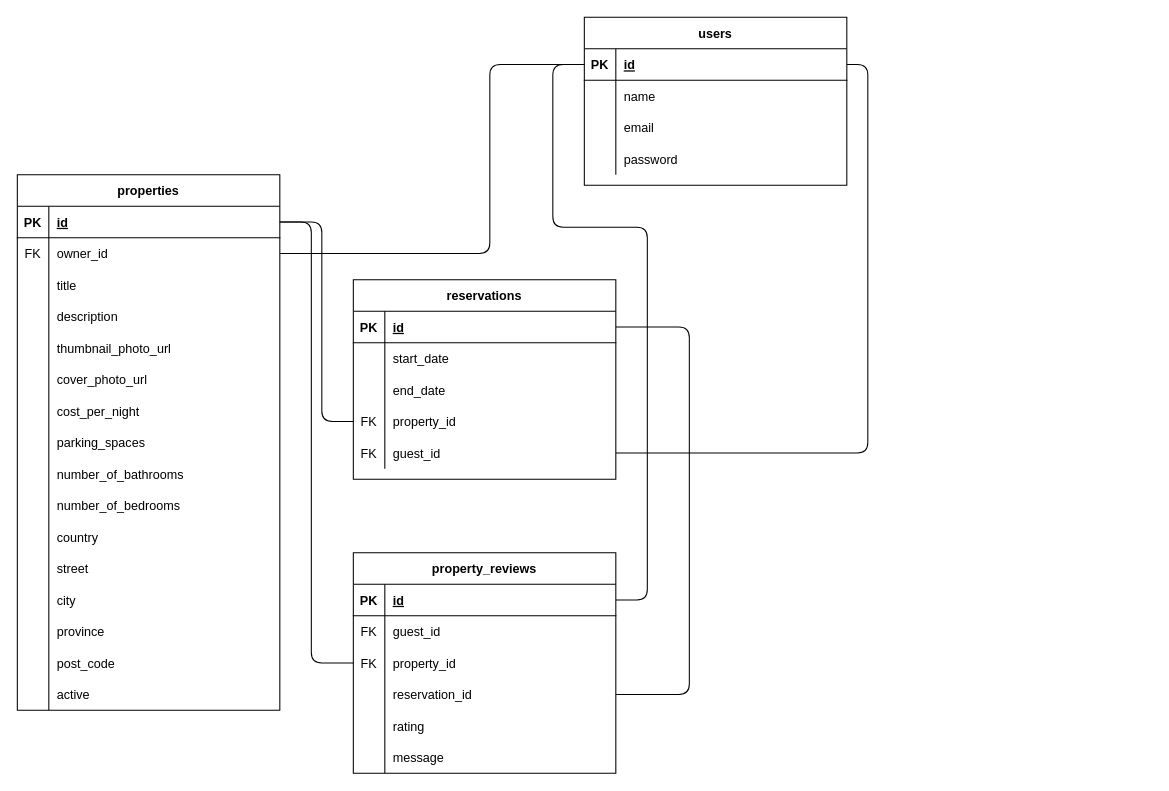
Earlier version of the draw.io diagram BnB_ERD.drawio (rbbenett/LightBnB). Source tidied: cells renumbered, new cells numbered last; positions are measured from the earlier drawing's top-left corner, leaving out a move shared by most shapes. Both pictures are drawn from the tidied source at 105%, with x=0, y=0 at pixel (17, 17).
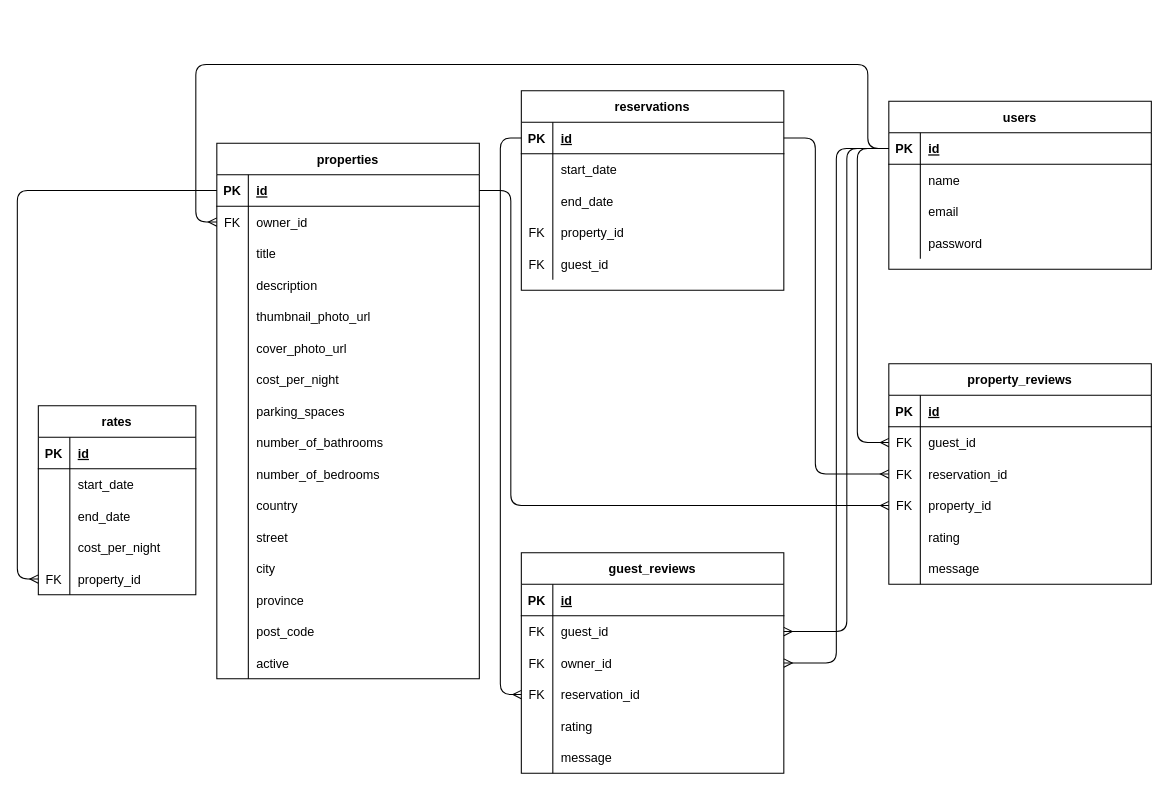
The same page after the edit.

Commit message (it also covers changes not shown here):
Add rate and guest_reviews table

The change refers to these unchanged cells:
```xml
<mxCell id="3" style="shape=partialRectangle;fillColor=none;points=[[0,0.5],[1,0.5]];portConstraint=eastwest;top=0;left=0;right=0;bottom=1;" parent="2" vertex="1">
  <mxGeometry y="30" width="250" height="30" as="geometry" />
</mxCell>
<mxCell id="6" style="shape=partialRectangle;fillColor=none;points=[[0,0.5],[1,0.5]];portConstraint=eastwest;top=0;left=0;right=0;bottom=0;" parent="2" vertex="1">
  <mxGeometry y="60" width="250" height="30" as="geometry" />
</mxCell>
<mxCell id="52" style="shape=partialRectangle;fillColor=none;points=[[0,0.5],[1,0.5]];portConstraint=eastwest;top=0;left=0;right=0;bottom=1;" parent="51" vertex="1">
  <mxGeometry y="30" width="250" height="30" as="geometry" />
</mxCell>
<mxCell id="61" style="shape=partialRectangle;fillColor=none;points=[[0,0.5],[1,0.5]];portConstraint=eastwest;top=0;left=0;right=0;bottom=0;" parent="51" vertex="1">
  <mxGeometry y="120" width="250" height="30" as="geometry" />
</mxCell>
<mxCell id="64" style="shape=partialRectangle;fillColor=none;points=[[0,0.5],[1,0.5]];portConstraint=eastwest;top=0;left=0;right=0;bottom=0;" parent="51" vertex="1">
  <mxGeometry y="150" width="250" height="30" as="geometry" />
</mxCell>
<mxCell id="68" style="shape=partialRectangle;fillColor=none;points=[[0,0.5],[1,0.5]];portConstraint=eastwest;top=0;left=0;right=0;bottom=1;" parent="67" vertex="1">
  <mxGeometry y="30" width="250" height="30" as="geometry" />
</mxCell>
<mxCell id="81" style="shape=partialRectangle;fillColor=none;points=[[0,0.5],[1,0.5]];portConstraint=eastwest;top=0;left=0;right=0;bottom=1;" parent="80" vertex="1">
  <mxGeometry y="30" width="250" height="30" as="geometry" />
</mxCell>
<mxCell id="84" style="shape=partialRectangle;fillColor=none;points=[[0,0.5],[1,0.5]];portConstraint=eastwest;top=0;left=0;right=0;bottom=0;" parent="80" vertex="1">
  <mxGeometry y="60" width="250" height="30" as="geometry" />
</mxCell>
```

Change to the diagram source:
```diff
@@
     <mxCell id="2" value="properties" style="shape=table;startSize=30;childLayout=tableLayout;rowLines=0;fontStyle=1;align=center;" parent="1" vertex="1">
-      <mxGeometry y="150" width="250" height="510" as="geometry" />
+      <mxGeometry x="190" y="120" width="250" height="510" as="geometry" />
     </mxCell>
@@
     <mxCell id="51" value="reservations" style="shape=table;startSize=30;childLayout=tableLayout;rowLines=0;fontStyle=1;align=center;" parent="1" vertex="1">
-      <mxGeometry x="320" y="250" width="250" height="190" as="geometry" />
+      <mxGeometry x="480" y="70" width="250" height="190" as="geometry" />
     </mxCell>
@@
     <mxCell id="67" value="users" style="shape=table;startSize=30;childLayout=tableLayout;rowLines=0;fontStyle=1;align=center;" parent="1" vertex="1">
-      <mxGeometry x="540" width="250" height="160" as="geometry" />
+      <mxGeometry x="830" y="80" width="250" height="160" as="geometry" />
     </mxCell>
@@
     <mxCell id="80" value="property_reviews" style="shape=table;startSize=30;childLayout=tableLayout;rowLines=0;fontStyle=1;align=center;" parent="1" vertex="1">
-      <mxGeometry x="320" y="510" width="250" height="210" as="geometry" />
+      <mxGeometry x="830" y="330" width="250" height="210" as="geometry" />
     </mxCell>
@@
+    <mxCell id="90" style="shape=partialRectangle;fillColor=none;points=[[0,0.5],[1,0.5]];portConstraint=eastwest;top=0;left=0;right=0;bottom=0;" parent="80" vertex="1">
+      <mxGeometry y="90" width="250" height="30" as="geometry" />
+    </mxCell>
+    <mxCell id="91" value="FK" style="shape=partialRectangle;overflow=hidden;fillColor=none;top=0;left=0;bottom=0;right=0;" parent="90" vertex="1">
+      <mxGeometry width="30" height="30" as="geometry" />
+    </mxCell>
+    <mxCell id="92" value="reservation_id" style="shape=partialRectangle;overflow=hidden;fillColor=none;top=0;left=0;bottom=0;right=0;align=left;spacingLeft=6;" parent="90" vertex="1">
+      <mxGeometry x="30" width="220" height="30" as="geometry" />
+    </mxCell>
     <mxCell id="87" style="shape=partialRectangle;fillColor=none;points=[[0,0.5],[1,0.5]];portConstraint=eastwest;top=0;left=0;right=0;bottom=0;" parent="80" vertex="1">
-      <mxGeometry y="90" width="250" height="30" as="geometry" />
+      <mxGeometry y="120" width="250" height="30" as="geometry" />
     </mxCell>
@@
-    <mxCell id="90" style="shape=partialRectangle;fillColor=none;points=[[0,0.5],[1,0.5]];portConstraint=eastwest;top=0;left=0;right=0;bottom=0;" parent="80" vertex="1">
-      <mxGeometry y="120" width="250" height="30" as="geometry" />
-    </mxCell>
-    <mxCell id="91" style="shape=partialRectangle;overflow=hidden;fillColor=none;top=0;left=0;bottom=0;right=0;" parent="90" vertex="1">
-      <mxGeometry width="30" height="30" as="geometry" />
-    </mxCell>
-    <mxCell id="92" value="reservation_id" style="shape=partialRectangle;overflow=hidden;fillColor=none;top=0;left=0;bottom=0;right=0;align=left;spacingLeft=6;" parent="90" vertex="1">
-      <mxGeometry x="30" width="220" height="30" as="geometry" />
-    </mxCell>
@@
-    <mxCell id="99" style="edgeStyle=segmentEdgeStyle;endArrow=none;html=1;endFill=0;" parent="1" edge="1" source="81" target="68">
+    <mxCell id="99" style="edgeStyle=segmentEdgeStyle;endArrow=ERmany;html=1;endFill=0;" parent="1" edge="1" source="68" target="84">
       <mxGeometry relative="1" as="geometry">
         <Array as="points">
-          <mxPoint x="600" y="555" />
-          <mxPoint x="600" y="200" />
-          <mxPoint x="510" y="200" />
-          <mxPoint x="510" y="45" />
+          <mxPoint x="800" y="125" />
+          <mxPoint x="800" y="405" />
         </Array>
       </mxGeometry>
     </mxCell>
-    <mxCell id="100" style="edgeStyle=segmentEdgeStyle;endArrow=none;html=1;endFill=0;" parent="1" edge="1" source="64" target="68">
-      <mxGeometry relative="1" as="geometry">
-        <Array as="points">
-          <mxPoint x="810" y="415" />
-          <mxPoint x="810" y="45" />
-        </Array>
-      </mxGeometry>
-    </mxCell>
-    <mxCell id="101" style="edgeStyle=segmentEdgeStyle;endArrow=none;html=1;endFill=0;" parent="1" edge="1" source="90" target="52">
+    <mxCell id="101" style="edgeStyle=segmentEdgeStyle;endArrow=ERmany;html=1;endFill=0;" parent="1" edge="1" source="52" target="90">
       <mxGeometry relative="1" as="geometry">
         <Array as="points">
-          <mxPoint x="640" y="645" />
-          <mxPoint x="640" y="295" />
+          <mxPoint x="760" y="115" />
+          <mxPoint x="760" y="435" />
         </Array>
       </mxGeometry>
     </mxCell>
+    <mxCell id="104" style="edgeStyle=segmentEdgeStyle;endArrow=ERmany;html=1;endFill=0;" parent="1" edge="1" source="68" target="6">
+      <mxGeometry relative="1" as="geometry">
+        <Array as="points">
+          <mxPoint x="810" y="125" />
+          <mxPoint x="810" y="45" />
+          <mxPoint x="170" y="45" />
+          <mxPoint x="170" y="195" />
+        </Array>
+      </mxGeometry>
+    </mxCell>
+    <mxCell id="105" value="guest_reviews" style="shape=table;startSize=30;childLayout=tableLayout;rowLines=0;fontStyle=1;align=center;" parent="1" vertex="1">
+      <mxGeometry x="480" y="510" width="250" height="210" as="geometry" />
+    </mxCell>
+    <mxCell id="106" style="shape=partialRectangle;fillColor=none;top=0;left=0;right=0;bottom=1;" parent="105" vertex="1">
+      <mxGeometry y="30" width="250" height="30" as="geometry" />
+    </mxCell>
+    <mxCell id="107" value="PK" style="shape=partialRectangle;overflow=hidden;fillColor=none;top=0;left=0;bottom=0;right=0;fontStyle=1;" parent="106" vertex="1">
+      <mxGeometry width="30" height="30" as="geometry" />
+    </mxCell>
+    <mxCell id="108" value="id" style="shape=partialRectangle;overflow=hidden;fillColor=none;top=0;left=0;bottom=0;right=0;align=left;spacingLeft=6;fontStyle=5;" parent="106" vertex="1">
+      <mxGeometry x="30" width="220" height="30" as="geometry" />
+    </mxCell>
+    <mxCell id="109" style="shape=partialRectangle;fillColor=none;points=[[0,0.5],[1,0.5]];portConstraint=eastwest;top=0;left=0;right=0;bottom=0;" parent="105" vertex="1">
+      <mxGeometry y="60" width="250" height="30" as="geometry" />
+    </mxCell>
+    <mxCell id="110" value="FK" style="shape=partialRectangle;overflow=hidden;fillColor=none;top=0;left=0;bottom=0;right=0;" parent="109" vertex="1">
+      <mxGeometry width="30" height="30" as="geometry" />
+    </mxCell>
+    <mxCell id="111" value="guest_id" style="shape=partialRectangle;overflow=hidden;fillColor=none;top=0;left=0;bottom=0;right=0;align=left;spacingLeft=6;" parent="109" vertex="1">
+      <mxGeometry x="30" width="220" height="30" as="geometry" />
+    </mxCell>
+    <mxCell id="112" style="shape=partialRectangle;fillColor=none;points=[[0,0.5],[1,0.5]];portConstraint=eastwest;top=0;left=0;right=0;bottom=0;" parent="105" vertex="1">
+      <mxGeometry y="90" width="250" height="30" as="geometry" />
+    </mxCell>
+    <mxCell id="113" value="FK" style="shape=partialRectangle;overflow=hidden;fillColor=none;top=0;left=0;bottom=0;right=0;" parent="112" vertex="1">
+      <mxGeometry width="30" height="30" as="geometry" />
+    </mxCell>
+    <mxCell id="114" value="owner_id" style="shape=partialRectangle;overflow=hidden;fillColor=none;top=0;left=0;bottom=0;right=0;align=left;spacingLeft=6;" parent="112" vertex="1">
+      <mxGeometry x="30" width="220" height="30" as="geometry" />
+    </mxCell>
+    <mxCell id="115" style="shape=partialRectangle;fillColor=none;points=[[0,0.5],[1,0.5]];portConstraint=eastwest;top=0;left=0;right=0;bottom=0;" parent="105" vertex="1">
+      <mxGeometry y="120" width="250" height="30" as="geometry" />
+    </mxCell>
+    <mxCell id="116" value="FK" style="shape=partialRectangle;overflow=hidden;fillColor=none;top=0;left=0;bottom=0;right=0;" parent="115" vertex="1">
+      <mxGeometry width="30" height="30" as="geometry" />
+    </mxCell>
+    <mxCell id="117" value="reservation_id" style="shape=partialRectangle;overflow=hidden;fillColor=none;top=0;left=0;bottom=0;right=0;align=left;spacingLeft=6;" parent="115" vertex="1">
+      <mxGeometry x="30" width="220" height="30" as="geometry" />
+    </mxCell>
+    <mxCell id="118" style="shape=partialRectangle;fillColor=none;top=0;left=0;right=0;bottom=0;" parent="105" vertex="1">
+      <mxGeometry y="150" width="250" height="30" as="geometry" />
+    </mxCell>
+    <mxCell id="119" style="shape=partialRectangle;overflow=hidden;fillColor=none;top=0;left=0;bottom=0;right=0;" parent="118" vertex="1">
+      <mxGeometry width="30" height="30" as="geometry" />
+    </mxCell>
+    <mxCell id="120" value="rating" style="shape=partialRectangle;overflow=hidden;fillColor=none;top=0;left=0;bottom=0;right=0;align=left;spacingLeft=6;" parent="118" vertex="1">
+      <mxGeometry x="30" width="220" height="30" as="geometry" />
+    </mxCell>
+    <mxCell id="121" style="shape=partialRectangle;fillColor=none;top=0;left=0;right=0;bottom=0;" parent="105" vertex="1">
+      <mxGeometry y="180" width="250" height="30" as="geometry" />
+    </mxCell>
+    <mxCell id="122" style="shape=partialRectangle;overflow=hidden;fillColor=none;top=0;left=0;bottom=0;right=0;" parent="121" vertex="1">
+      <mxGeometry width="30" height="30" as="geometry" />
+    </mxCell>
+    <mxCell id="123" value="message" style="shape=partialRectangle;overflow=hidden;fillColor=none;top=0;left=0;bottom=0;right=0;align=left;spacingLeft=6;" parent="121" vertex="1">
+      <mxGeometry x="30" width="220" height="30" as="geometry" />
+    </mxCell>
+    <mxCell id="124" style="edgeStyle=segmentEdgeStyle;endArrow=ERmany;html=1;endFill=0;" parent="1" edge="1" source="68" target="109">
+      <mxGeometry relative="1" as="geometry">
+        <Array as="points">
+          <mxPoint x="790" y="125" />
+          <mxPoint x="790" y="585" />
+        </Array>
+      </mxGeometry>
+    </mxCell>
+    <mxCell id="125" style="edgeStyle=segmentEdgeStyle;endArrow=ERmany;html=1;endFill=0;" parent="1" edge="1" source="68" target="112">
+      <mxGeometry relative="1" as="geometry">
+        <Array as="points">
+          <mxPoint x="780" y="125" />
+          <mxPoint x="780" y="615" />
+        </Array>
+      </mxGeometry>
+    </mxCell>
+    <mxCell id="126" style="edgeStyle=segmentEdgeStyle;endArrow=ERmany;html=1;endFill=0;" parent="1" edge="1" source="52" target="115">
+      <mxGeometry relative="1" as="geometry">
+        <Array as="points">
+          <mxPoint x="460" y="115" />
+          <mxPoint x="460" y="645" />
+        </Array>
+      </mxGeometry>
+    </mxCell>
-    <mxCell id="102" style="edgeStyle=segmentEdgeStyle;endArrow=none;html=1;endFill=0;" parent="1" edge="1" source="87" target="3">
+    <mxCell id="102" style="edgeStyle=segmentEdgeStyle;endArrow=ERmany;html=1;endFill=0;" parent="1" edge="1" source="3" target="87">
       <mxGeometry relative="1" as="geometry">
         <Array as="points">
-          <mxPoint x="280" y="615" />
-          <mxPoint x="280" y="195" />
+          <mxPoint x="470" y="165" />
+          <mxPoint x="470" y="465" />
         </Array>
       </mxGeometry>
     </mxCell>
-    <mxCell id="103" style="edgeStyle=segmentEdgeStyle;endArrow=none;html=1;endFill=0;" parent="1" edge="1" source="61" target="3">
-      <mxGeometry relative="1" as="geometry">
-        <Array as="points">
-          <mxPoint x="290" y="385" />
-          <mxPoint x="290" y="195" />
-        </Array>
-      </mxGeometry>
-    </mxCell>
-    <mxCell id="104" style="edgeStyle=segmentEdgeStyle;endArrow=none;html=1;endFill=0;" parent="1" edge="1" source="6" target="68">
-      <mxGeometry relative="1" as="geometry">
-        <Array as="points">
-          <mxPoint x="450" y="225" />
-          <mxPoint x="450" y="45" />
-        </Array>
-      </mxGeometry>
-    </mxCell>
+    <mxCell id="127" value="rates" style="shape=table;startSize=30;childLayout=tableLayout;rowLines=0;fontStyle=1;align=center;" parent="1" vertex="1">
+      <mxGeometry x="20" y="370" width="150" height="180" as="geometry" />
+    </mxCell>
+    <mxCell id="128" style="shape=partialRectangle;fillColor=none;top=0;left=0;right=0;bottom=1;" parent="127" vertex="1">
+      <mxGeometry y="30" width="150" height="30" as="geometry" />
+    </mxCell>
+    <mxCell id="129" value="PK" style="shape=partialRectangle;overflow=hidden;fillColor=none;top=0;left=0;bottom=0;right=0;fontStyle=1;" parent="128" vertex="1">
+      <mxGeometry width="30" height="30" as="geometry" />
+    </mxCell>
+    <mxCell id="130" value="id" style="shape=partialRectangle;overflow=hidden;fillColor=none;top=0;left=0;bottom=0;right=0;align=left;spacingLeft=6;fontStyle=5;" parent="128" vertex="1">
+      <mxGeometry x="30" width="120" height="30" as="geometry" />
+    </mxCell>
+    <mxCell id="131" style="shape=partialRectangle;fillColor=none;top=0;left=0;right=0;bottom=0;" parent="127" vertex="1">
+      <mxGeometry y="60" width="150" height="30" as="geometry" />
+    </mxCell>
+    <mxCell id="132" style="shape=partialRectangle;overflow=hidden;fillColor=none;top=0;left=0;bottom=0;right=0;" parent="131" vertex="1">
+      <mxGeometry width="30" height="30" as="geometry" />
+    </mxCell>
+    <mxCell id="133" value="start_date" style="shape=partialRectangle;overflow=hidden;fillColor=none;top=0;left=0;bottom=0;right=0;align=left;spacingLeft=6;" parent="131" vertex="1">
+      <mxGeometry x="30" width="120" height="30" as="geometry" />
+    </mxCell>
+    <mxCell id="134" style="shape=partialRectangle;fillColor=none;top=0;left=0;right=0;bottom=0;" parent="127" vertex="1">
+      <mxGeometry y="90" width="150" height="30" as="geometry" />
+    </mxCell>
+    <mxCell id="135" style="shape=partialRectangle;overflow=hidden;fillColor=none;top=0;left=0;bottom=0;right=0;" parent="134" vertex="1">
+      <mxGeometry width="30" height="30" as="geometry" />
+    </mxCell>
+    <mxCell id="136" value="end_date" style="shape=partialRectangle;overflow=hidden;fillColor=none;top=0;left=0;bottom=0;right=0;align=left;spacingLeft=6;" parent="134" vertex="1">
+      <mxGeometry x="30" width="120" height="30" as="geometry" />
+    </mxCell>
+    <mxCell id="137" style="shape=partialRectangle;fillColor=none;top=0;left=0;right=0;bottom=0;" parent="127" vertex="1">
+      <mxGeometry y="120" width="150" height="30" as="geometry" />
+    </mxCell>
+    <mxCell id="138" style="shape=partialRectangle;overflow=hidden;fillColor=none;top=0;left=0;bottom=0;right=0;" parent="137" vertex="1">
+      <mxGeometry width="30" height="30" as="geometry" />
+    </mxCell>
+    <mxCell id="139" value="cost_per_night" style="shape=partialRectangle;overflow=hidden;fillColor=none;top=0;left=0;bottom=0;right=0;align=left;spacingLeft=6;" parent="137" vertex="1">
+      <mxGeometry x="30" width="120" height="30" as="geometry" />
+    </mxCell>
+    <mxCell id="140" style="shape=partialRectangle;fillColor=none;points=[[0,0.5],[1,0.5]];portConstraint=eastwest;top=0;left=0;right=0;bottom=0;" parent="127" vertex="1">
+      <mxGeometry y="150" width="150" height="30" as="geometry" />
+    </mxCell>
+    <mxCell id="141" value="FK" style="shape=partialRectangle;overflow=hidden;fillColor=none;top=0;left=0;bottom=0;right=0;" parent="140" vertex="1">
+      <mxGeometry width="30" height="30" as="geometry" />
+    </mxCell>
+    <mxCell id="142" value="property_id" style="shape=partialRectangle;overflow=hidden;fillColor=none;top=0;left=0;bottom=0;right=0;align=left;spacingLeft=6;" parent="140" vertex="1">
+      <mxGeometry x="30" width="120" height="30" as="geometry" />
+    </mxCell>
+    <mxCell id="143" style="edgeStyle=segmentEdgeStyle;endArrow=ERmany;html=1;endFill=0;" parent="1" edge="1" source="3" target="140">
+      <mxGeometry relative="1" as="geometry">
+        <Array as="points">
+          <mxPoint y="165" />
+          <mxPoint y="535" />
+        </Array>
+      </mxGeometry>
+    </mxCell>
```
